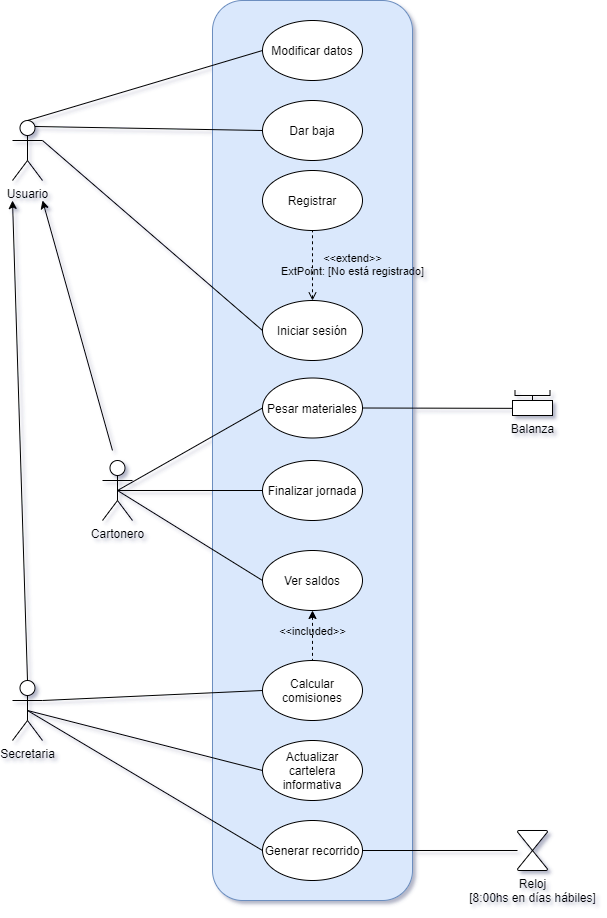
Before: Entrega1/UseCases/UseCasesDiagV4.png, a diagram exported from draw.io (MorisNicolas/TPE-Metodologia). Source tidied: cells renumbered, new cells last; positions are measured from the earlier drawing's top-left corner, leaving out a move shared by most shapes. Source of this version:
```xml
<mxGraphModel background="#FFFFFF" shadow="1">
  <root>
    <mxCell id="0" />
    <mxCell id="1" parent="0" />
    <mxCell id="2" style="rounded=1;whiteSpace=wrap;html=1;shadow=0;sketch=0;fillColor=#dae8fc;strokeColor=#6c8ebf;glass=0;" parent="1" vertex="1">
      <mxGeometry x="200" width="200" height="900" as="geometry" />
    </mxCell>
    <mxCell id="3" value="Registrar" style="ellipse;whiteSpace=wrap;html=1;shadow=0;sketch=0;" parent="1" vertex="1">
      <mxGeometry x="250" y="170" width="100" height="60" as="geometry" />
    </mxCell>
    <mxCell id="4" value="Iniciar sesión" style="ellipse;whiteSpace=wrap;html=1;shadow=0;sketch=0;" parent="1" vertex="1">
      <mxGeometry x="250" y="300" width="100" height="60" as="geometry" />
    </mxCell>
    <mxCell id="5" value="Cartonero" style="shape=umlActor;verticalLabelPosition=bottom;verticalAlign=top;html=1;outlineConnect=0;" parent="1" vertex="1">
      <mxGeometry x="90" y="460" width="30" height="60" as="geometry" />
    </mxCell>
    <mxCell id="6" value="Pesar materiales" style="ellipse;whiteSpace=wrap;html=1;" parent="1" vertex="1">
      <mxGeometry x="250" y="377.5" width="100" height="60" as="geometry" />
    </mxCell>
    <mxCell id="7" value="Ver saldos" style="ellipse;whiteSpace=wrap;html=1;shadow=0;sketch=0;" parent="1" vertex="1">
      <mxGeometry x="250" y="550" width="100" height="60" as="geometry" />
    </mxCell>
    <mxCell id="8" style="endArrow=none;html=1;exitX=0;exitY=0.5;exitDx=0;exitDy=0;" parent="1" edge="1" source="17" target="5">
      <mxGeometry relative="1" as="geometry" />
    </mxCell>
    <mxCell id="9" style="endArrow=none;html=1;entryX=0;entryY=0.5;entryDx=0;entryDy=0;exitX=0.5;exitY=0.5;exitDx=0;exitDy=0;exitPerimeter=0;" parent="1" edge="1" source="5" target="7">
      <mxGeometry relative="1" as="geometry" />
    </mxCell>
    <mxCell id="10" style="endArrow=none;html=1;exitX=0;exitY=0.5;exitDx=0;exitDy=0;startArrow=none;" parent="1" edge="1" source="17">
      <mxGeometry relative="1" as="geometry">
        <mxPoint x="105" y="490" as="targetPoint" />
      </mxGeometry>
    </mxCell>
    <mxCell id="11" value="Generar recorrido" style="ellipse;whiteSpace=wrap;html=1;" parent="1" vertex="1">
      <mxGeometry x="250" y="820" width="100" height="60" as="geometry" />
    </mxCell>
    <mxCell id="12" style="endArrow=none;html=1;" parent="1" edge="1" source="11" target="16">
      <mxGeometry relative="1" as="geometry" />
    </mxCell>
    <mxCell id="13" style="edgeStyle=none;rounded=0;orthogonalLoop=1;jettySize=auto;html=1;exitX=0.75;exitY=1;exitDx=0;exitDy=0;endArrow=none;endFill=0;" parent="1" edge="1">
      <mxGeometry relative="1" as="geometry">
        <mxPoint x="220" y="680" as="sourcePoint" />
        <mxPoint x="220" y="680" as="targetPoint" />
      </mxGeometry>
    </mxCell>
    <mxCell id="14" value="&amp;lt;&amp;lt;extend&amp;gt;&amp;gt;&lt;br&gt;ExtPoint: [No está registrado]" style="html=1;verticalAlign=bottom;labelBackgroundColor=none;endArrow=none;endFill=0;dashed=1;exitX=0.5;exitY=0;exitDx=0;exitDy=0;entryX=0.5;entryY=1;entryDx=0;entryDy=0;startArrow=open;startFill=0;" parent="1" edge="1" source="4" target="3">
      <mxGeometry x="-0.43" y="-40" relative="1" as="geometry" />
    </mxCell>
    <mxCell id="15" style="endArrow=none;html=1;exitX=0.038;exitY=0.523;exitDx=0;exitDy=0;exitPerimeter=0;" parent="1" edge="1" source="26" target="6">
      <mxGeometry relative="1" as="geometry" />
    </mxCell>
    <mxCell id="16" value="Reloj&lt;br&gt;[8:00hs en días hábiles]" style="verticalLabelPosition=bottom;verticalAlign=top;html=1;shape=mxgraph.flowchart.collate;" parent="1" vertex="1">
      <mxGeometry x="505" y="830" width="30" height="40" as="geometry" />
    </mxCell>
    <mxCell id="17" value="Finalizar jornada" style="ellipse;whiteSpace=wrap;html=1;shadow=0;sketch=0;" parent="1" vertex="1">
      <mxGeometry x="250" y="460" width="100" height="60" as="geometry" />
    </mxCell>
    <mxCell id="18" style="endArrow=none;html=1;exitX=0;exitY=0.5;exitDx=0;exitDy=0;entryX=0.5;entryY=0.5;entryDx=0;entryDy=0;entryPerimeter=0;" parent="1" edge="1" source="6" target="5">
      <mxGeometry relative="1" as="geometry" />
    </mxCell>
    <mxCell id="19" value="Actualizar cartelera informativa" style="ellipse;whiteSpace=wrap;html=1;shadow=0;sketch=0;" parent="1" vertex="1">
      <mxGeometry x="250" y="740" width="100" height="60" as="geometry" />
    </mxCell>
    <mxCell id="20" value="Calcular comisiones" style="ellipse;whiteSpace=wrap;html=1;shadow=0;sketch=0;" parent="1" vertex="1">
      <mxGeometry x="250" y="660" width="100" height="60" as="geometry" />
    </mxCell>
    <mxCell id="21" value="&amp;lt;&amp;lt;included&amp;gt;&amp;gt;" style="html=1;verticalAlign=bottom;labelBackgroundColor=none;endArrow=none;endFill=0;dashed=1;entryX=0.5;entryY=0;entryDx=0;entryDy=0;exitX=0.5;exitY=1;exitDx=0;exitDy=0;startArrow=classic;startFill=1;" parent="1" edge="1" source="7" target="20">
      <mxGeometry x="0.2" relative="1" as="geometry" />
    </mxCell>
    <mxCell id="22" style="endArrow=none;html=1;entryX=0;entryY=0.5;entryDx=0;entryDy=0;exitX=1;exitY=0.3333333333333333;exitDx=0;exitDy=0;exitPerimeter=0;" parent="1" edge="1" source="30" target="4">
      <mxGeometry relative="1" as="geometry" />
    </mxCell>
    <mxCell id="23" style="edgeStyle=orthogonalEdgeStyle;rounded=0;orthogonalLoop=1;jettySize=auto;html=1;exitX=0.5;exitY=1;exitDx=0;exitDy=0;" parent="1" edge="1" source="4" target="4">
      <mxGeometry relative="1" as="geometry" />
    </mxCell>
    <mxCell id="24" style="group;" parent="1" vertex="1">
      <mxGeometry x="500" y="390" width="40" height="25" as="geometry" />
    </mxCell>
    <mxCell id="25" style="strokeWidth=1;html=1;shape=mxgraph.flowchart.annotation_2;align=left;labelPosition=right;rotation=-90;" parent="24" vertex="1">
      <mxGeometry x="15" y="-12.5" width="10" height="35" as="geometry" />
    </mxCell>
    <mxCell id="26" value="Balanza" style="verticalLabelPosition=bottom;verticalAlign=top;html=1;shape=mxgraph.basic.rect;fillColor2=none;strokeWidth=1;size=20;indent=5;shadow=0;" parent="24" vertex="1">
      <mxGeometry y="10" width="40" height="15" as="geometry" />
    </mxCell>
    <mxCell id="27" value="Secretaria" style="shape=umlActor;verticalLabelPosition=bottom;verticalAlign=top;html=1;outlineConnect=0;shadow=0;sketch=0;rotation=0;" parent="1" vertex="1">
      <mxGeometry y="680" width="30" height="60" as="geometry" />
    </mxCell>
    <mxCell id="28" style="rounded=0;jettySize=auto;html=1;startArrow=classic;startFill=1;endArrow=none;endFill=0;entryX=0.5;entryY=0;entryDx=0;entryDy=0;entryPerimeter=0;" parent="1" edge="1" target="27">
      <mxGeometry relative="1" as="geometry">
        <mxPoint y="200" as="sourcePoint" />
      </mxGeometry>
    </mxCell>
    <mxCell id="29" style="rounded=0;orthogonalLoop=1;jettySize=auto;html=1;startArrow=classic;startFill=1;endArrow=none;endFill=0;" parent="1" edge="1">
      <mxGeometry relative="1" as="geometry">
        <mxPoint x="30" y="200" as="sourcePoint" />
        <mxPoint x="100" y="450" as="targetPoint" />
      </mxGeometry>
    </mxCell>
    <mxCell id="30" value="Usuario" style="shape=umlActor;verticalLabelPosition=bottom;verticalAlign=top;html=1;outlineConnect=0;shadow=0;sketch=0;rotation=0;" parent="1" vertex="1">
      <mxGeometry y="120" width="30" height="60" as="geometry" />
    </mxCell>
    <mxCell id="31" value="Modificar datos" style="ellipse;whiteSpace=wrap;html=1;shadow=0;sketch=0;" parent="1" vertex="1">
      <mxGeometry x="250" y="20" width="100" height="60" as="geometry" />
    </mxCell>
    <mxCell id="32" value="Dar baja&lt;br&gt;" style="ellipse;whiteSpace=wrap;html=1;shadow=0;sketch=0;" parent="1" vertex="1">
      <mxGeometry x="250" y="100" width="100" height="60" as="geometry" />
    </mxCell>
    <mxCell id="33" style="endArrow=none;html=1;exitX=0.5;exitY=0.5;exitDx=0;exitDy=0;exitPerimeter=0;entryX=0;entryY=0.5;entryDx=0;entryDy=0;" parent="1" edge="1" source="27" target="19">
      <mxGeometry relative="1" as="geometry" />
    </mxCell>
    <mxCell id="34" style="endArrow=none;html=1;entryX=0;entryY=0.5;entryDx=0;entryDy=0;exitX=1;exitY=0.3333333333333333;exitDx=0;exitDy=0;exitPerimeter=0;" parent="1" edge="1" source="27" target="20">
      <mxGeometry relative="1" as="geometry" />
    </mxCell>
    <mxCell id="35" style="endArrow=none;html=1;entryX=0;entryY=0.5;entryDx=0;entryDy=0;exitX=0.75;exitY=0.1;exitDx=0;exitDy=0;exitPerimeter=0;" parent="1" edge="1" source="30" target="32">
      <mxGeometry relative="1" as="geometry" />
    </mxCell>
    <mxCell id="36" style="endArrow=none;html=1;entryX=0;entryY=0.5;entryDx=0;entryDy=0;exitX=0.5;exitY=0;exitDx=0;exitDy=0;exitPerimeter=0;" parent="1" edge="1" source="30" target="31">
      <mxGeometry relative="1" as="geometry" />
    </mxCell>
    <mxCell id="37" style="endArrow=none;html=1;exitX=0;exitY=0.5;exitDx=0;exitDy=0;entryX=0.5;entryY=0.5;entryDx=0;entryDy=0;entryPerimeter=0;" parent="1" edge="1" source="11" target="27">
      <mxGeometry relative="1" as="geometry" />
    </mxCell>
  </root>
</mxGraphModel>
```
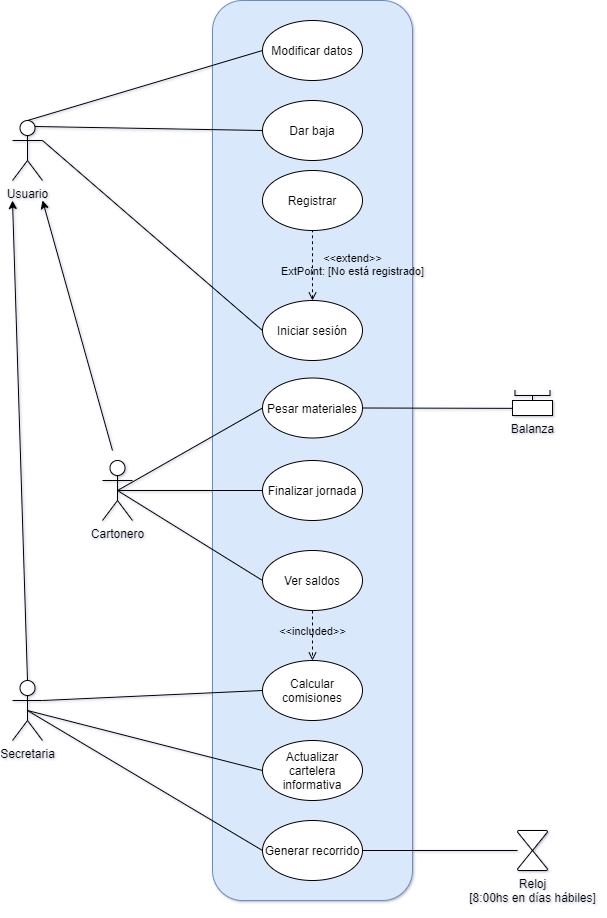
After the change.

Change to the diagram source:
```diff
@@ -64,7 +64,7 @@
     <mxCell id="20" value="Calcular comisiones" style="ellipse;whiteSpace=wrap;html=1;shadow=0;sketch=0;" parent="1" vertex="1">
       <mxGeometry x="250" y="660" width="100" height="60" as="geometry" />
     </mxCell>
-    <mxCell id="21" value="&amp;lt;&amp;lt;included&amp;gt;&amp;gt;" style="html=1;verticalAlign=bottom;labelBackgroundColor=none;endArrow=none;endFill=0;dashed=1;entryX=0.5;entryY=0;entryDx=0;entryDy=0;exitX=0.5;exitY=1;exitDx=0;exitDy=0;startArrow=classic;startFill=1;" parent="1" edge="1" source="7" target="20">
+    <mxCell id="21" value="&amp;lt;&amp;lt;included&amp;gt;&amp;gt;" style="html=1;verticalAlign=bottom;labelBackgroundColor=none;endArrow=open;endFill=0;dashed=1;entryX=0.5;entryY=0;entryDx=0;entryDy=0;exitX=0.5;exitY=1;exitDx=0;exitDy=0;startArrow=none;startFill=0;" parent="1" edge="1" source="7" target="20">
       <mxGeometry x="0.2" relative="1" as="geometry" />
     </mxCell>
     <mxCell id="22" style="endArrow=none;html=1;entryX=0;entryY=0.5;entryDx=0;entryDy=0;exitX=1;exitY=0.3333333333333333;exitDx=0;exitDy=0;exitPerimeter=0;" parent="1" edge="1" source="30" target="4">
```
